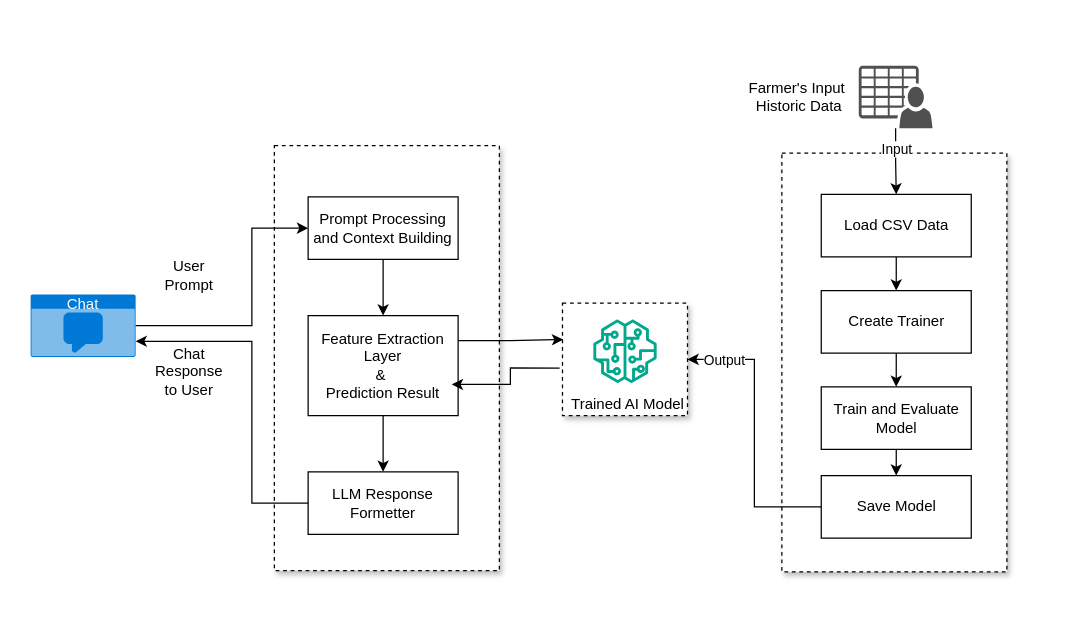
The draw.io diagram reference/trend-analysis.drawio in hiren-rshah/trend-analysis, before the edit. Source tidied: cells renumbered, new cells numbered last; positions are measured from the earlier drawing's top-left corner, leaving out a move shared by most shapes. Both pictures are drawn from the tidied source at 125%, with x=0, y=0 at pixel (30, 65).
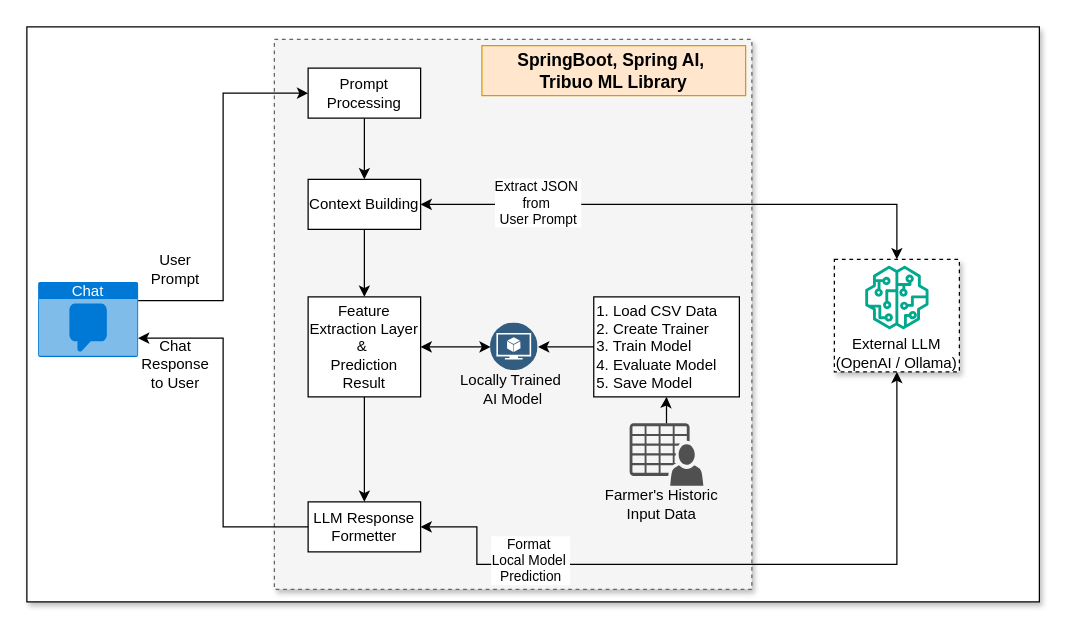
The same diagram, later.

Commit message (it also covers changes not shown here):
Updated HighLevel Architecture Diagram

The edit, as a diff of the source:
```diff
@@
+    <mxCell id="32" style="rounded=0;whiteSpace=wrap;html=1;shadow=1;glass=0;gradientColor=none;gradientDirection=north;" parent="1" vertex="1">
+      <mxGeometry x="-3" y="-31" width="810" height="460" as="geometry" />
+    </mxCell>
+    <mxCell id="33" style="rounded=0;whiteSpace=wrap;html=1;shadow=1;dashed=1;" parent="1" vertex="1">
+      <mxGeometry x="643" y="155" width="100" height="90" as="geometry" />
+    </mxCell>
     <mxCell id="2" style="rounded=0;whiteSpace=wrap;html=1;shadow=1;dashed=1;" parent="1" vertex="1">
-      <mxGeometry x="425.5" y="190" width="100" height="90" as="geometry" />
+      <mxGeometry x="417.5" y="176" width="100" height="90" as="geometry" />
     </mxCell>
-    <mxCell id="3" style="rounded=0;whiteSpace=wrap;html=1;shadow=1;dashed=1;" parent="1" vertex="1">
-      <mxGeometry x="601" y="70" width="180" height="335" as="geometry" />
-    </mxCell>
-    <mxCell id="4" style="rounded=0;whiteSpace=wrap;html=1;shadow=1;dashed=1;" parent="1" vertex="1">
-      <mxGeometry x="195" y="64" width="180" height="340" as="geometry" />
+    <mxCell id="4" style="rounded=0;whiteSpace=wrap;html=1;shadow=1;dashed=1;fillColor=#f5f5f5;fontColor=#333333;strokeColor=#666666;" parent="1" vertex="1">
+      <mxGeometry x="195" y="-21" width="382" height="440" as="geometry" />
     </mxCell>
-    <mxCell id="5" style="edgeStyle=orthogonalEdgeStyle;rounded=0;jettySize=auto;html=1;exitX=1;exitY=0.5;exitDx=0;exitDy=0;exitPerimeter=0;entryX=0;entryY=0.5;entryDx=0;entryDy=0;" parent="1" edge="1" source="6" target="8">
-      <mxGeometry relative="1" as="geometry">
-        <Array as="points">
-          <mxPoint x="177" y="208" />
-          <mxPoint x="177" y="130" />
-        </Array>
-      </mxGeometry>
+    <mxCell id="5" style="edgeStyle=orthogonalEdgeStyle;rounded=0;jettySize=auto;html=1;exitX=1;exitY=0.25;exitDx=0;exitDy=0;exitPerimeter=0;entryX=0;entryY=0.5;entryDx=0;entryDy=0;" parent="1" edge="1" source="6" target="8">
+      <mxGeometry relative="1" as="geometry" />
     </mxCell>
     <mxCell id="6" value="Chat" style="html=1;whiteSpace=wrap;strokeColor=none;fillColor=#0079D6;labelPosition=center;verticalLabelPosition=middle;verticalAlign=top;align=center;fontSize=12;outlineConnect=0;spacingTop=-6;fontColor=#FFFFFF;sketch=0;shape=mxgraph.sitemap.chat;" parent="1" vertex="1">
-      <mxGeometry y="183" width="84" height="50" as="geometry" />
+      <mxGeometry x="6" y="173" width="80" height="60" as="geometry" />
     </mxCell>
-    <mxCell id="7" style="edgeStyle=orthogonalEdgeStyle;rounded=0;jettySize=auto;html=1;exitX=0.5;exitY=1;exitDx=0;exitDy=0;entryX=0.5;entryY=0;entryDx=0;entryDy=0;" parent="1" edge="1" source="8" target="25">
+    <mxCell id="7" style="edgeStyle=orthogonalEdgeStyle;rounded=0;jettySize=auto;html=1;exitX=0.5;exitY=1;exitDx=0;exitDy=0;entryX=0.5;entryY=0;entryDx=0;entryDy=0;" parent="1" edge="1" source="8" target="41">
       <mxGeometry relative="1" as="geometry" />
     </mxCell>
-    <mxCell id="8" value="Prompt Processing and Context Building" style="rounded=0;whiteSpace=wrap;html=1;" parent="1" vertex="1">
-      <mxGeometry x="222" y="105" width="120" height="50" as="geometry" />
+    <mxCell id="8" value="Prompt Processing" style="rounded=0;whiteSpace=wrap;html=1;" parent="1" vertex="1">
+      <mxGeometry x="222" y="2" width="90" height="40" as="geometry" />
     </mxCell>
-    <mxCell id="9" style="edgeStyle=orthogonalEdgeStyle;rounded=0;jettySize=auto;html=1;exitX=0.5;exitY=1;exitDx=0;exitDy=0;entryX=0.5;entryY=0;entryDx=0;entryDy=0;" parent="1" edge="1" source="10" target="17">
-      <mxGeometry relative="1" as="geometry" />
-    </mxCell>
-    <mxCell id="10" value="Create Trainer" style="rounded=0;whiteSpace=wrap;html=1;" parent="1" vertex="1">
-      <mxGeometry x="632.5" y="180" width="120" height="50" as="geometry" />
-    </mxCell>
     <mxCell id="11" style="sketch=0;shadow=0;dashed=0;html=1;strokeColor=none;fillColor=#505050;labelPosition=center;verticalLabelPosition=bottom;verticalAlign=top;outlineConnect=0;align=center;shape=mxgraph.office.users.csv_file;" parent="1" vertex="1">
-      <mxGeometry x="662.5" width="59" height="50" as="geometry" />
+      <mxGeometry x="479.2" y="286" width="59" height="50" as="geometry" />
     </mxCell>
-    <mxCell id="12" style="edgeStyle=orthogonalEdgeStyle;rounded=0;jettySize=auto;html=1;" parent="1" edge="1" source="11" target="15">
-      <mxGeometry relative="1" as="geometry" />
-    </mxCell>
-    <mxCell id="13" value="Input" style="edgeLabel;html=1;align=center;verticalAlign=middle;" parent="12" vertex="1">
-      <mxGeometry x="-0.42" relative="1" as="geometry" />
-    </mxCell>
-    <mxCell id="14" style="edgeStyle=orthogonalEdgeStyle;rounded=0;jettySize=auto;html=1;exitX=0.5;exitY=1;exitDx=0;exitDy=0;entryX=0.5;entryY=0;entryDx=0;entryDy=0;" parent="1" edge="1" source="15" target="10">
-      <mxGeometry relative="1" as="geometry" />
-    </mxCell>
-    <mxCell id="15" value="Load CSV Data" style="rounded=0;whiteSpace=wrap;html=1;" parent="1" vertex="1">
-      <mxGeometry x="632.5" y="103" width="120" height="50" as="geometry" />
+    <mxCell id="15" value="&lt;span style=&quot;background-color: transparent; color: light-dark(rgb(0, 0, 0), rgb(255, 255, 255));&quot;&gt;1. Load CSV Data&lt;/span&gt;&lt;br&gt;&lt;span style=&quot;background-color: transparent; color: light-dark(rgb(0, 0, 0), rgb(255, 255, 255));&quot;&gt;2. Create Trainer&lt;/span&gt;&lt;br&gt;&lt;span style=&quot;background-color: transparent; color: light-dark(rgb(0, 0, 0), rgb(255, 255, 255));&quot;&gt;3. Train Model&lt;/span&gt;&lt;br&gt;&lt;span style=&quot;background-color: transparent; color: light-dark(rgb(0, 0, 0), rgb(255, 255, 255));&quot;&gt;4. Evaluate Model&lt;/span&gt;&lt;br&gt;&lt;span style=&quot;background-color: transparent; color: light-dark(rgb(0, 0, 0), rgb(255, 255, 255));&quot;&gt;5. Save Model&lt;/span&gt;" style="rounded=0;whiteSpace=wrap;html=1;align=left;" parent="1" vertex="1">
+      <mxGeometry x="450.5" y="185" width="116.5" height="80" as="geometry" />
     </mxCell>
-    <mxCell id="16" style="edgeStyle=orthogonalEdgeStyle;rounded=0;jettySize=auto;html=1;exitX=0.5;exitY=1;exitDx=0;exitDy=0;entryX=0.5;entryY=0;entryDx=0;entryDy=0;" parent="1" edge="1" source="17" target="20">
-      <mxGeometry relative="1" as="geometry" />
-    </mxCell>
-    <mxCell id="17" value="Train and Evaluate Model" style="rounded=0;whiteSpace=wrap;html=1;" parent="1" vertex="1">
-      <mxGeometry x="632.5" y="257" width="120" height="50" as="geometry" />
-    </mxCell>
-    <mxCell id="18" style="edgeStyle=orthogonalEdgeStyle;rounded=0;jettySize=auto;html=1;exitX=0;exitY=0.5;exitDx=0;exitDy=0;entryX=1;entryY=0.5;entryDx=0;entryDy=0;" parent="1" edge="1" source="20" target="2">
-      <mxGeometry relative="1" as="geometry" />
-    </mxCell>
-    <mxCell id="19" value="Output" style="edgeLabel;html=1;align=center;verticalAlign=middle;" parent="18" vertex="1">
-      <mxGeometry x="0.74" relative="1" as="geometry" />
-    </mxCell>
-    <mxCell id="20" value="Save Model" style="rounded=0;whiteSpace=wrap;html=1;" parent="1" vertex="1">
-      <mxGeometry x="632.5" y="328" width="120" height="50" as="geometry" />
-    </mxCell>
+    <mxCell id="34" style="edgeStyle=orthogonalEdgeStyle;rounded=0;jettySize=auto;html=1;exitX=0;exitY=0.5;exitDx=0;exitDy=0;entryX=1;entryY=0.5;entryDx=0;entryDy=0;" parent="1" edge="1" source="15" target="42">
+      <mxGeometry relative="1" as="geometry" />
+    </mxCell>
     <mxCell id="21" style="sketch=0;fontColor=#232F3E;gradientColor=none;fillColor=#01A88D;strokeColor=none;dashed=0;verticalLabelPosition=bottom;verticalAlign=top;align=center;html=1;fontSize=12;fontStyle=0;shape=mxgraph.aws4.sagemaker_model;" parent="1" vertex="1">
-      <mxGeometry x="450" y="203" width="51" height="51" as="geometry" />
+      <mxGeometry x="667.5" y="160" width="51" height="51" as="geometry" />
     </mxCell>
-    <mxCell id="22" value="Farmer's Input&amp;nbsp;&lt;div&gt;Historic Data&lt;/div&gt;" style="text;html=1;whiteSpace=wrap;strokeColor=none;fillColor=none;align=center;verticalAlign=middle;rounded=0;" parent="1" vertex="1">
-      <mxGeometry x="557" y="10" width="116" height="30" as="geometry" />
+    <mxCell id="22" value="Farmer's Historic Input&amp;nbsp;&lt;span style=&quot;background-color: transparent; color: light-dark(rgb(0, 0, 0), rgb(255, 255, 255));&quot;&gt;Data&lt;/span&gt;" style="text;html=1;whiteSpace=wrap;strokeColor=none;fillColor=none;align=center;verticalAlign=middle;rounded=0;" parent="1" vertex="1">
+      <mxGeometry x="447" y="336" width="116" height="30" as="geometry" />
     </mxCell>
-    <mxCell id="23" value="Trained AI Model" style="text;html=1;whiteSpace=wrap;strokeColor=none;fillColor=none;align=center;verticalAlign=middle;rounded=0;" parent="1" vertex="1">
-      <mxGeometry x="428" y="263" width="100" height="15" as="geometry" />
+    <mxCell id="23" value="Locally Trained&amp;nbsp;&lt;div&gt;AI Model&lt;/div&gt;" style="text;html=1;whiteSpace=wrap;strokeColor=none;fillColor=none;align=center;verticalAlign=middle;rounded=0;" parent="1" vertex="1">
+      <mxGeometry x="336" y="251" width="100" height="15" as="geometry" />
     </mxCell>
@@
+    <mxCell id="35" style="edgeStyle=orthogonalEdgeStyle;rounded=0;jettySize=auto;html=1;exitX=1;exitY=0.5;exitDx=0;exitDy=0;entryX=0;entryY=0.5;entryDx=0;entryDy=0;startArrow=classic;startFill=1;" parent="1" edge="1" source="25" target="42">
+      <mxGeometry relative="1" as="geometry" />
+    </mxCell>
     <mxCell id="25" value="Feature Extraction Layer&lt;div&gt;&amp;amp;&amp;nbsp;&lt;/div&gt;&lt;div&gt;Prediction Result&lt;/div&gt;" style="rounded=0;whiteSpace=wrap;html=1;" parent="1" vertex="1">
-      <mxGeometry x="222" y="200" width="120" height="80" as="geometry" />
+      <mxGeometry x="222" y="185" width="90" height="80" as="geometry" />
     </mxCell>
-    <mxCell id="26" style="edgeStyle=orthogonalEdgeStyle;rounded=0;jettySize=auto;html=1;entryX=0.958;entryY=0.688;entryDx=0;entryDy=0;exitX=-0.023;exitY=0.577;exitDx=0;exitDy=0;exitPerimeter=0;entryPerimeter=0;" parent="1" edge="1" source="2" target="25">
-      <mxGeometry relative="1" as="geometry" />
-    </mxCell>
+    <mxCell id="36" style="edgeStyle=orthogonalEdgeStyle;rounded=0;jettySize=auto;html=1;exitX=1;exitY=0.5;exitDx=0;exitDy=0;entryX=0.5;entryY=1;entryDx=0;entryDy=0;startArrow=classic;startFill=1;" parent="1" edge="1" source="27" target="33">
+      <mxGeometry relative="1" as="geometry">
+        <Array as="points">
+          <mxPoint x="357" y="369" />
+          <mxPoint x="357" y="399" />
+          <mxPoint x="693" y="399" />
+        </Array>
+      </mxGeometry>
+    </mxCell>
+    <mxCell id="37" value="Format&amp;nbsp;&lt;div&gt;Local Model&amp;nbsp;&lt;/div&gt;&lt;div&gt;Prediction&lt;/div&gt;" style="edgeLabel;html=1;align=center;verticalAlign=middle;" parent="36" vertex="1">
+      <mxGeometry x="0.61" y="-1" relative="1" as="geometry">
+        <mxPoint x="-295" y="40" as="offset" />
+      </mxGeometry>
+    </mxCell>
     <mxCell id="27" value="LLM Response Formetter" style="rounded=0;whiteSpace=wrap;html=1;" parent="1" vertex="1">
-      <mxGeometry x="222" y="325" width="120" height="50" as="geometry" />
+      <mxGeometry x="222" y="349" width="90" height="40" as="geometry" />
     </mxCell>
-    <mxCell id="28" style="edgeStyle=orthogonalEdgeStyle;rounded=0;jettySize=auto;html=1;exitX=0;exitY=0.5;exitDx=0;exitDy=0;entryX=1;entryY=0.75;entryDx=0;entryDy=0;entryPerimeter=0;" parent="1" edge="1" source="27" target="6">
-      <mxGeometry relative="1" as="geometry">
-        <Array as="points">
-          <mxPoint x="177" y="350" />
-          <mxPoint x="177" y="221" />
-        </Array>
-      </mxGeometry>
-    </mxCell>
     <mxCell id="29" value="Chat Response to User" style="text;html=1;whiteSpace=wrap;strokeColor=none;fillColor=none;align=center;verticalAlign=middle;rounded=0;" parent="1" vertex="1">
-      <mxGeometry x="97" y="230" width="60" height="30" as="geometry" />
+      <mxGeometry x="86" y="224" width="60" height="30" as="geometry" />
     </mxCell>
     <mxCell id="30" value="User Prompt" style="text;html=1;whiteSpace=wrap;strokeColor=none;fillColor=none;align=center;verticalAlign=middle;rounded=0;" parent="1" vertex="1">
-      <mxGeometry x="97" y="153" width="60" height="30" as="geometry" />
+      <mxGeometry x="86" y="148" width="60" height="30" as="geometry" />
     </mxCell>
-    <mxCell id="31" style="edgeStyle=orthogonalEdgeStyle;rounded=0;jettySize=auto;html=1;exitX=1;exitY=0.25;exitDx=0;exitDy=0;entryX=0.005;entryY=0.324;entryDx=0;entryDy=0;entryPerimeter=0;" parent="1" edge="1" source="25" target="2">
-      <mxGeometry relative="1" as="geometry" />
-    </mxCell>
+    <mxCell id="38" style="edgeStyle=orthogonalEdgeStyle;rounded=0;jettySize=auto;html=1;exitX=0.5;exitY=1;exitDx=0;exitDy=0;entryX=0.5;entryY=0;entryDx=0;entryDy=0;" parent="1" edge="1" source="41" target="25">
+      <mxGeometry relative="1" as="geometry" />
+    </mxCell>
+    <mxCell id="39" style="edgeStyle=orthogonalEdgeStyle;rounded=0;jettySize=auto;html=1;exitX=1;exitY=0.5;exitDx=0;exitDy=0;entryX=0.5;entryY=0;entryDx=0;entryDy=0;startArrow=classic;startFill=1;" parent="1" edge="1" source="41" target="33">
+      <mxGeometry relative="1" as="geometry" />
+    </mxCell>
+    <mxCell id="40" value="Extract JSON&amp;nbsp;&lt;div&gt;from&amp;nbsp;&lt;/div&gt;&lt;div&gt;User Prompt&lt;/div&gt;" style="edgeLabel;html=1;align=center;verticalAlign=middle;" parent="39" vertex="1">
+      <mxGeometry x="0.01" y="-2" relative="1" as="geometry">
+        <mxPoint x="-122" y="-4" as="offset" />
+      </mxGeometry>
+    </mxCell>
+    <mxCell id="41" value="Context Building" style="rounded=0;whiteSpace=wrap;html=1;" parent="1" vertex="1">
+      <mxGeometry x="222" y="91" width="90" height="40" as="geometry" />
+    </mxCell>
+    <mxCell id="42" style="image;perimeter=ellipsePerimeter;html=1;align=center;shadow=0;dashed=0;fontColor=#4277BB;labelBackgroundColor=default;fontSize=12;spacingTop=3;image=img/lib/ibm/data/model.svg;" parent="1" vertex="1">
+      <mxGeometry x="368" y="206" width="38" height="38" as="geometry" />
+    </mxCell>
+    <mxCell id="43" value="External LLM&lt;div&gt;(OpenAI / Ollama)&lt;/div&gt;" style="text;html=1;whiteSpace=wrap;strokeColor=none;fillColor=none;align=center;verticalAlign=middle;rounded=0;" parent="1" vertex="1">
+      <mxGeometry x="643" y="222" width="100" height="15" as="geometry" />
+    </mxCell>
+    <mxCell id="12" style="edgeStyle=orthogonalEdgeStyle;rounded=0;jettySize=auto;html=1;entryX=0.5;entryY=1;entryDx=0;entryDy=0;" parent="1" edge="1" source="11" target="15">
+      <mxGeometry relative="1" as="geometry" />
+    </mxCell>
+    <mxCell id="28" style="edgeStyle=orthogonalEdgeStyle;rounded=0;jettySize=auto;html=1;exitX=0;exitY=0.5;exitDx=0;exitDy=0;entryX=1;entryY=0.75;entryDx=0;entryDy=0;entryPerimeter=0;" parent="1" edge="1" source="27" target="6">
+      <mxGeometry relative="1" as="geometry" />
+    </mxCell>
+    <mxCell id="44" value="&lt;b&gt;&lt;font style=&quot;font-size: 14px;&quot;&gt;SpringBoot, Spring AI,&amp;nbsp;&lt;/font&gt;&lt;/b&gt;&lt;div&gt;&lt;b&gt;&lt;font style=&quot;font-size: 14px;&quot;&gt;Tribuo ML Library&lt;/font&gt;&lt;/b&gt;&lt;/div&gt;" style="text;html=1;whiteSpace=wrap;strokeColor=#d79b00;fillColor=#ffe6cc;align=center;verticalAlign=middle;rounded=0;" parent="1" vertex="1">
+      <mxGeometry x="361" y="-16" width="211" height="40" as="geometry" />
+    </mxCell>
```
